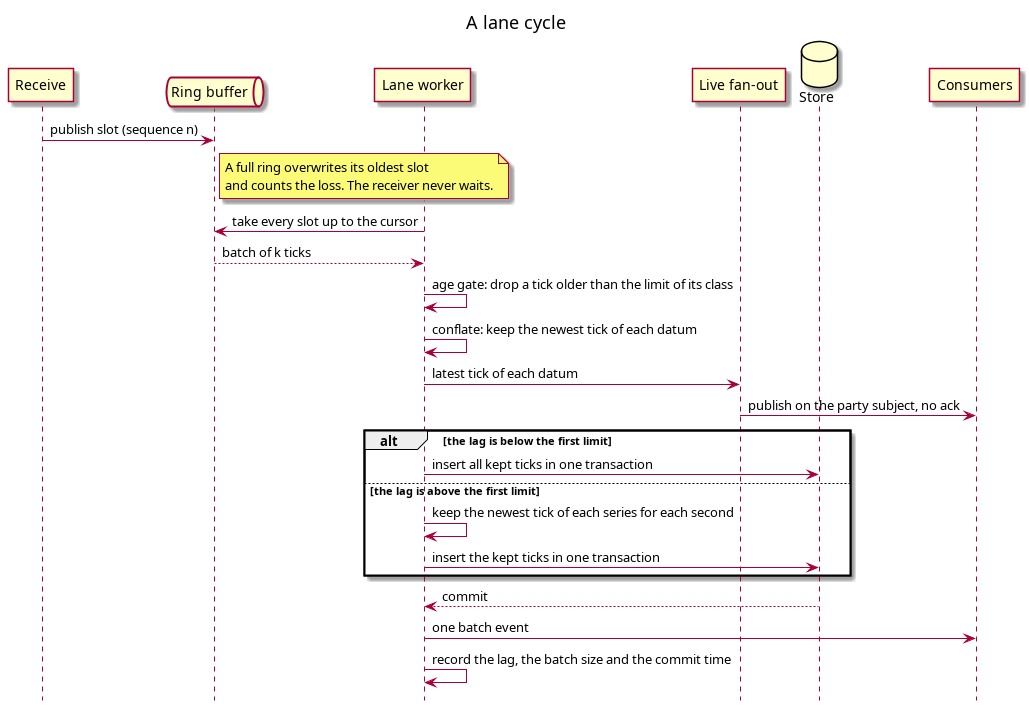
Above: doc/knowledge/architecture/tick_ingest_lane_cycle.png in OreStudio/OreStudio (PlantUML), before the change. Its source is kept beside it as doc/knowledge/architecture/tick_ingest_lane_cycle.puml.
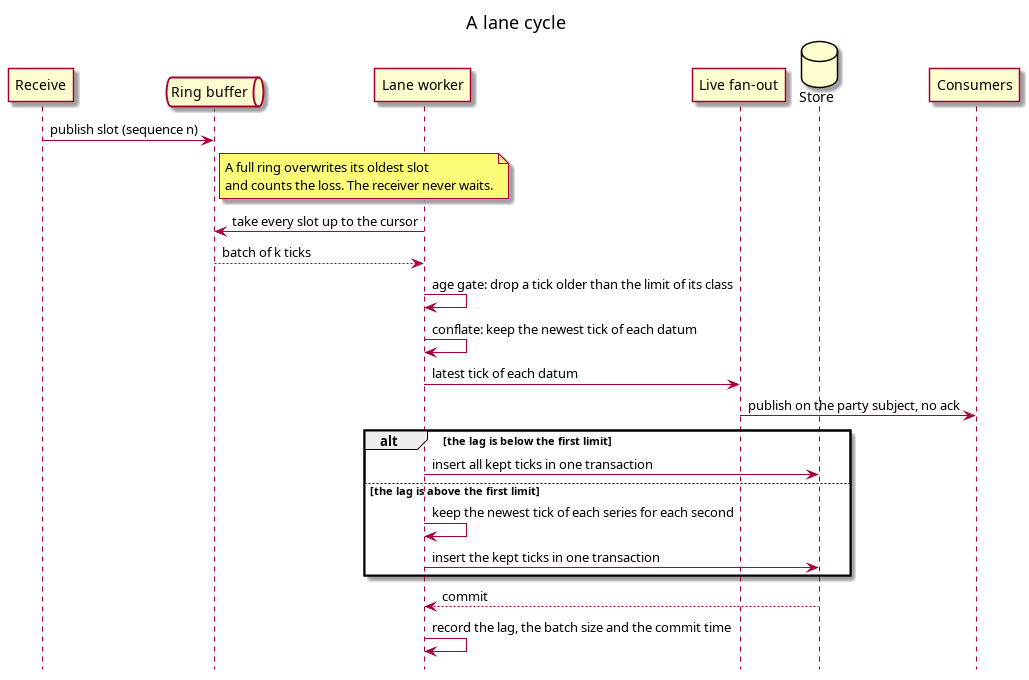
Above is the later version.

Commit message:
[doc] Drop the observation notification from the tick pipeline and add how tick systems are built in practice

What changed in the source:
```diff
@@ -35,7 +35,6 @@
 end
 
 db --> lane : commit
-lane -> cons : one batch event
 lane -> lane : record the lag, the batch size and the commit time
 
 @enduml
```
